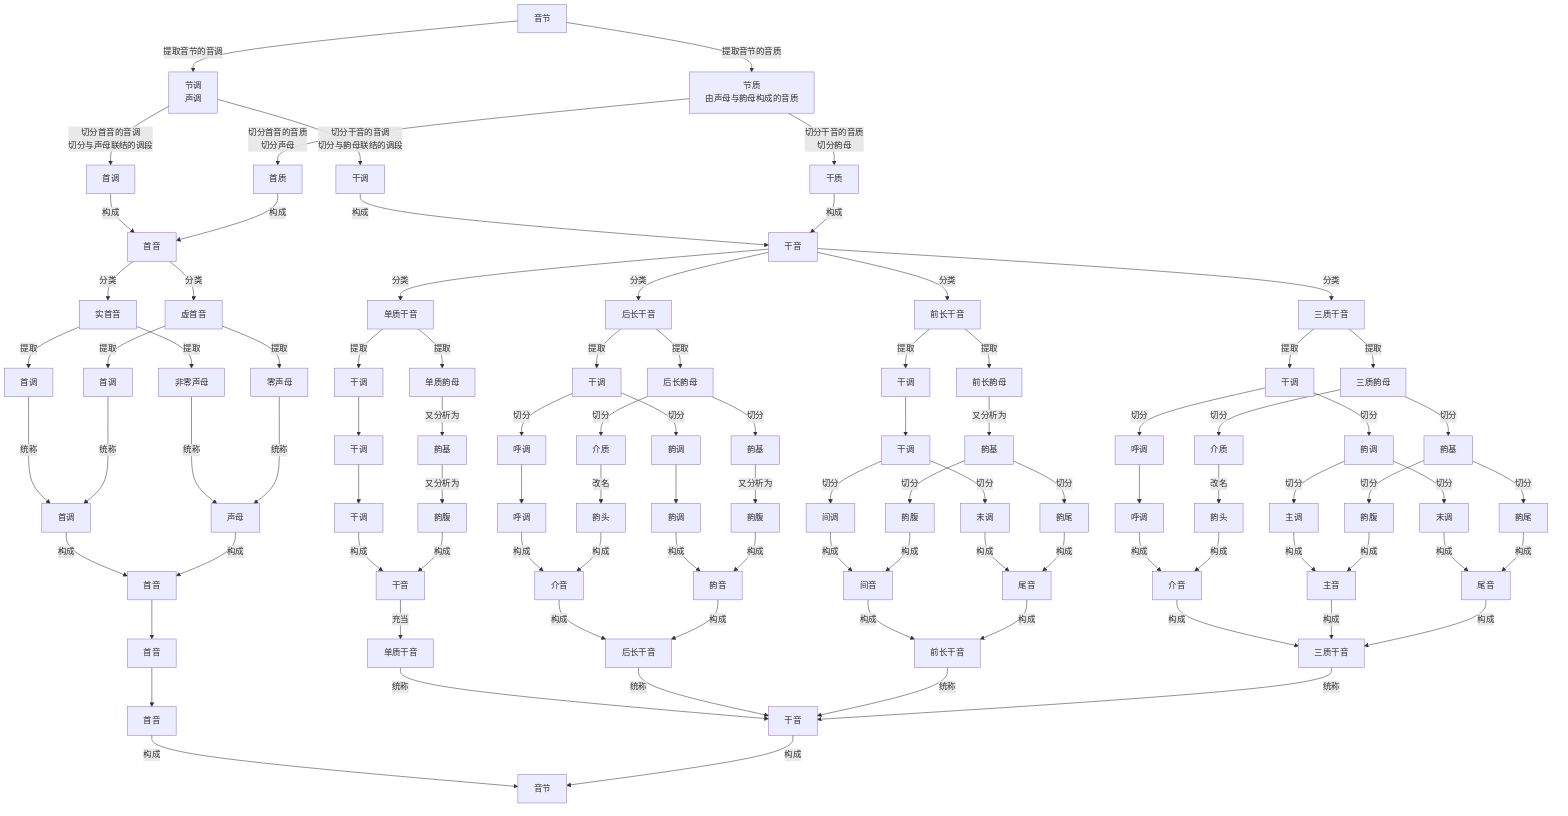
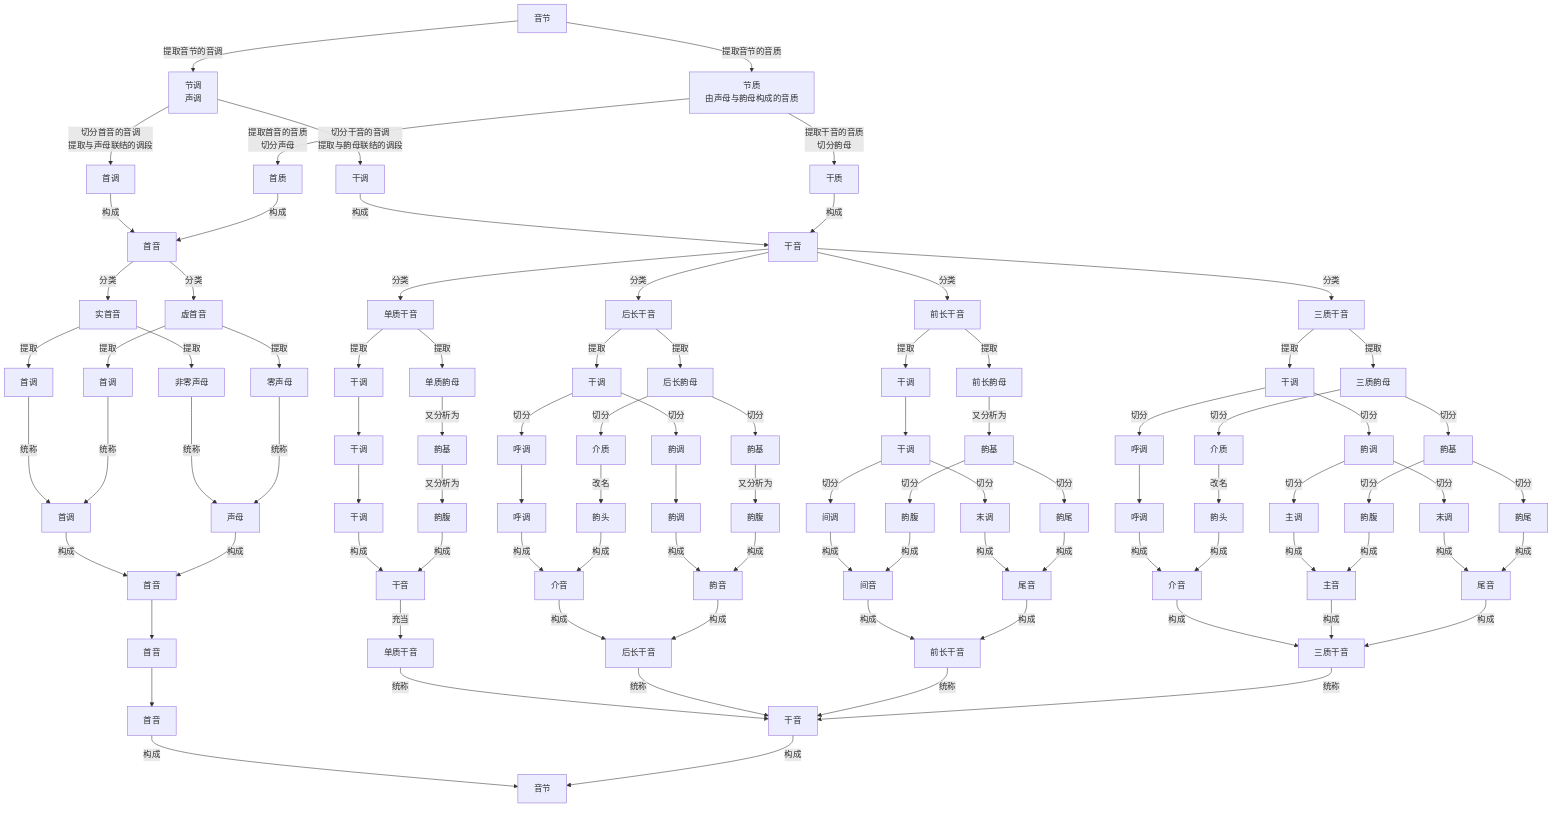
graph TB
    A[音节]
        A --> |提取音节的音调|B[节调<br>声调]
        A --> |提取音节的音质|C[节质<br>由声母与韵母构成的音质]

-         B --> |切分首音的音调<br>切分与声母联结的调段|D1[首调]
-         B --> |切分干音的音调<br>切分与韵母联结的调段|D2[干调]
-         C --> |切分首音的音质<br>切分声母|E1[首质]
-         C --> |切分干音的音质<br>切分韵母|E2[干质]
+         B --> |切分首音的音调<br>提取与声母联结的调段|D1[首调]
+         B --> |切分干音的音调<br>提取与韵母联结的调段|D2[干调]
+         C --> |提取首音的音质<br>切分声母|E1[首质]
+         C --> |提取干音的音质<br>切分韵母|E2[干质]

        D1 --> |构成|F[首音]
        E1 --> |构成|F
        D2 --> |构成|G[干音]
        E2 --> |构成|G

        F --> |分类| F1[实首音]
        F --> |分类| F2[虚首音]
        F1 --> |提取| H1[非零声母]
        F2 --> |提取| H2[零声母]
        F1 --> |提取| H3[首调]
        F2 --> |提取| H4[首调]

        H3 ---> |统称| H5
        H4 ---> |统称| H5[首调]
        H1 ---> |统称| H6
        H2 ---> |统称| H6[声母]
        H5 --> |构成| H9
        H6 --> |构成| H9[首音]

        G --> |分类|G1[单质干音]
        G --> |分类|G2[后长干音]
        G --> |分类|G3[前长干音]
        G --> |分类|G4[三质干音]

        G1 --> |提取|J1[干调]
        J1 --> J2[干调]
        J2 --> J3[干调]
        G1 --> |提取|J4[单质韵母]
        J4 --> |又分析为|J5[韵基]
        J5 --> |又分析为|J6[韵腹]

        G2 --> |提取|K0[干调]
        K0 --> |切分|K1[呼调]
        K0 --> |切分|K2[韵调]
        G2 --> |提取|K3[后长韵母]
        K1 --> K7[呼调]
        K2 --> K8[韵调]
        K3 --> |切分|K9[介质]
        K3 --> |切分|K5[韵基]
        K9 --> |改名|K4[韵头]
        K5 --> |又分析为|K6[韵腹]

        G3 --> |提取|L0[干调]
        G3 --> |提取|L4[前长韵母]
        L0 --> L1[干调]
        L1 --> |切分|L2[间调]
        L1 --> |切分|L3[末调]
        L4 --> |又分析为|L5[韵基]
        L5 --> |切分|L6[韵腹]
        L5 --> |切分|L7[韵尾]

        G4 --> |提取|M0[干调]
        M0 --> |切分|M01[呼调]
        M0 --> |切分|M02[韵调]
        M01 --> M1[呼调]
        M02 --> |切分|M2[主调]
        M02 --> |切分|M3[末调]
        G4 --> |提取|M4[三质韵母]
        M4 --> |切分|M5[介质]
        M4 --> |切分|M6[韵基]
        M5 --> |改名|M7[韵头]
        M6 --> |切分|M8[韵腹]
        M6 --> |切分|M9[韵尾]

        J3 --> |构成|N1[干音]
        J6 --> |构成|N1

        K7 --> |构成|O1[介音]
        K4 --> |构成|O1
        K8 --> |构成|O2[韵音]
        K6 --> |构成|O2

        L2 --> |构成|P1[间音]
        L6 --> |构成|P1
        L3 --> |构成|P2[尾音]
        L7 --> |构成|P2

        M1 --> |构成|Q1[介音]
        M7 --> |构成|Q1
        M2 --> |构成|Q2[主音]
        M8 --> |构成|Q2
        M3 --> |构成|Q3[尾音]
        M9 --> |构成|Q3

        H9 --> R0[首音]
        R0 --> R1[首音]

        N1 --> |充当|R2[单质干音]

        O1 --> |构成|R3
        O2 --> |构成|R3[后长干音]

        P1 --> |构成|R4
        P2 --> |构成|R4[前长干音]

        Q1 --> |构成|R5
        Q2 --> |构成|R5
        Q3 --> |构成|R5[三质干音]

        R2  --> |统称|R6[干音]
        R3  --> |统称|R6
        R4  --> |统称|R6
        R5  --> |统称|R6

        R1 --> |构成|S
        R6 --> |构成|S[音节]
